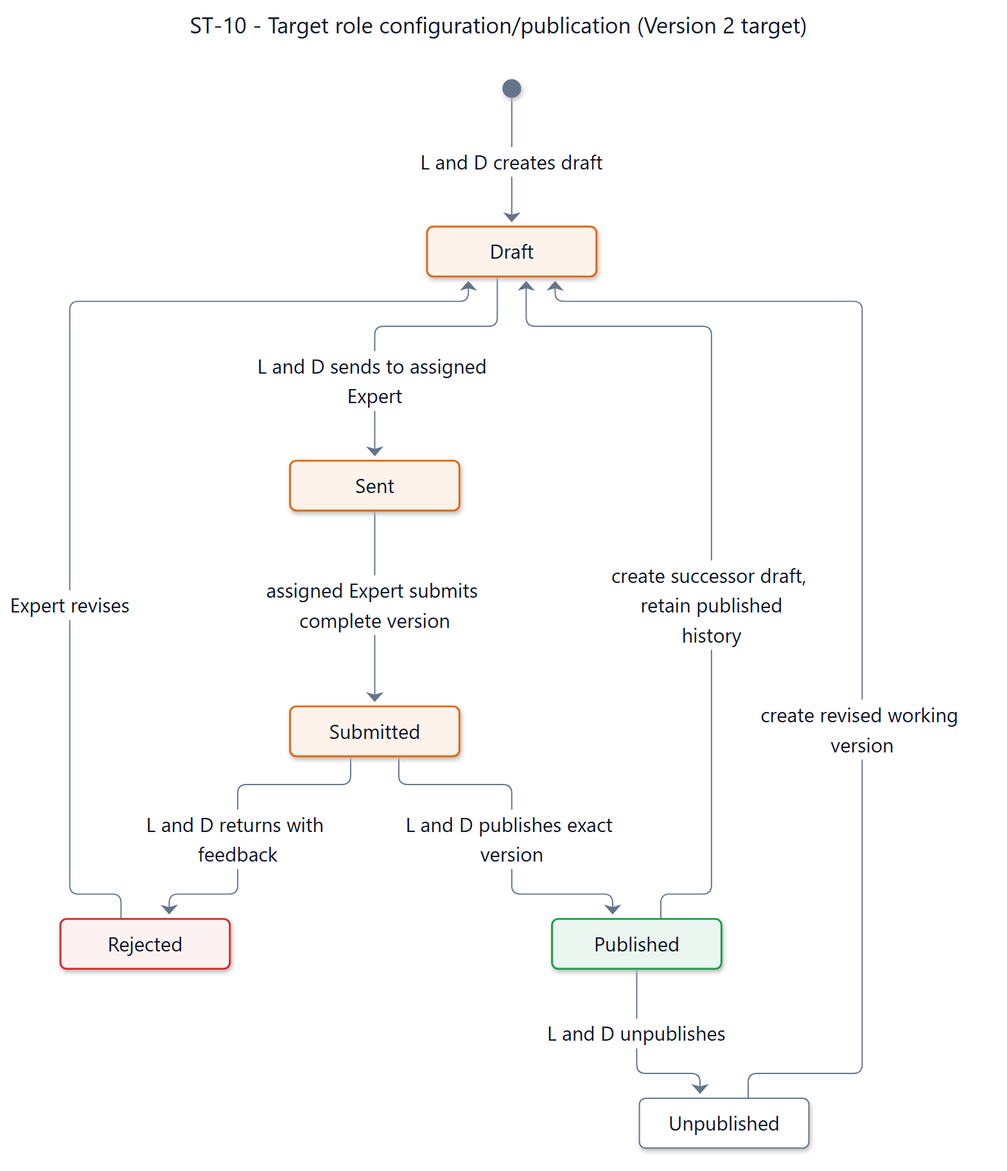
SEP490-Fall-2026-GFA26SE64/SEP490 keeps this Mermaid diagram as documents/diagrams/mermaid/st-10.png. Above is the earlier version. Its source is kept beside it as documents/diagrams/mermaid/st-10.mmd.
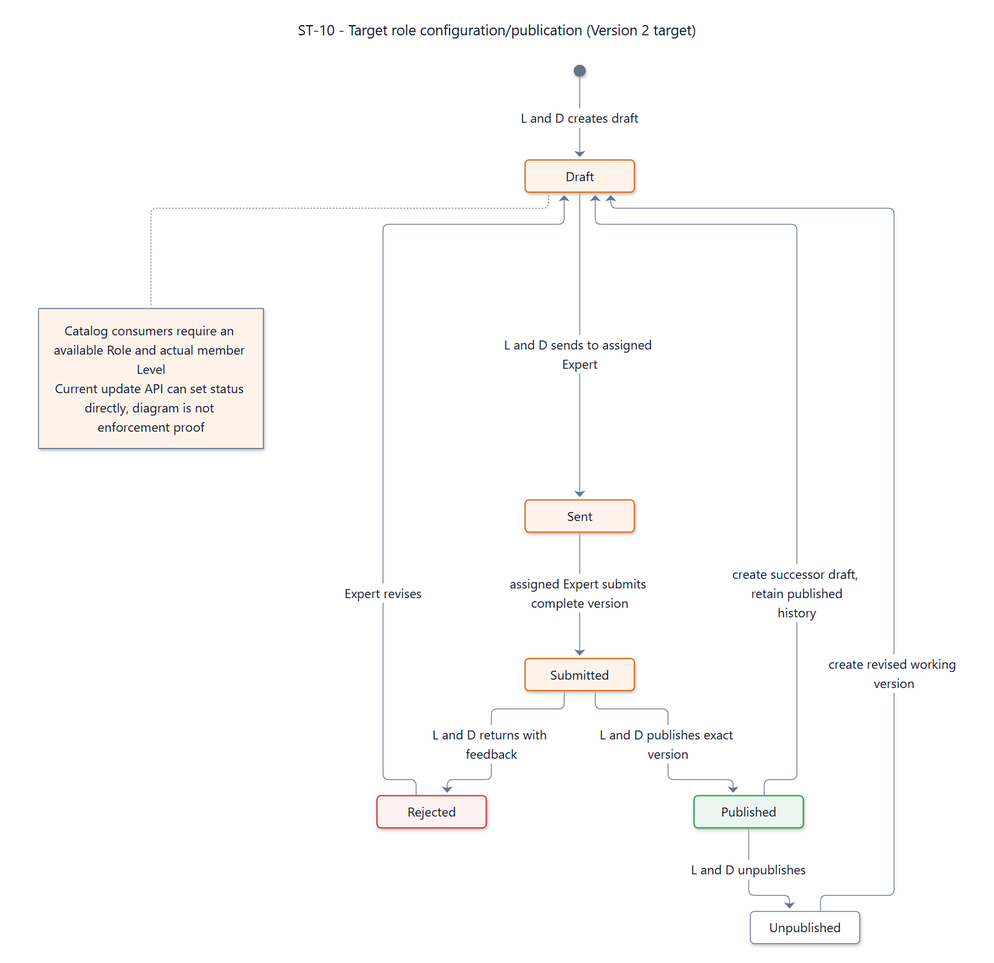
After the change.

What changed in the source:
```diff
@@ -2,6 +2,7 @@
 title: "ST-10 - Target role configuration/publication (Version 2 target)"
 config: {"theme":"base","fontFamily":"Segoe UI, Arial, sans-serif","themeVariables":{"fontFamily":"Segoe UI, Arial, sans-serif","fontSize":"16px","primaryColor":"#ffffff","primaryTextColor":"#0f1729","primaryBorderColor":"#64748b","secondaryColor":"#fef3eb","tertiaryColor":"#ffffff","lineColor":"#64748b","textColor":"#0f1729","mainBkg":"#ffffff","background":"#ffffff","clusterBkg":"#ffffff","clusterBorder":"#64748b","edgeLabelBackground":"#ffffff","titleColor":"#0f1729","noteBkgColor":"#fef3eb","noteTextColor":"#0f1729","noteBorderColor":"#e6650f","labelColor":"#0f1729","compositeBackground":"#ffffff","compositeTitleBackground":"#ffffff","compositeBorder":"#64748b","altBackground":"#ffffff","nodeBorder":"#64748b","nodeTextColor":"#0f1729","cScale0":"#ffffff","cScaleLabel0":"#0f1729","cScale1":"#ffffff","cScaleLabel1":"#0f1729","cScale2":"#ffffff","cScaleLabel2":"#0f1729","cScale3":"#ffffff","cScaleLabel3":"#0f1729","cScale4":"#ffffff","cScaleLabel4":"#0f1729","cScale5":"#ffffff","cScaleLabel5":"#0f1729","cScale6":"#ffffff","cScaleLabel6":"#0f1729","cScale7":"#ffffff","cScaleLabel7":"#0f1729","cScale8":"#ffffff","cScaleLabel8":"#0f1729","cScale9":"#ffffff","cScaleLabel9":"#0f1729","cScale10":"#ffffff","cScaleLabel10":"#0f1729","cScale11":"#ffffff","cScaleLabel11":"#0f1729","secondaryBorderColor":"#64748b","tertiaryBorderColor":"#64748b","secondaryTextColor":"#0f1729","tertiaryTextColor":"#0f1729"},"state":{"nodeSpacing":42,"rankSpacing":64,"padding":16,"fontSize":16,"wrappingWidth":250}}
 ---
+
 stateDiagram-v2
   state "Draft" as SDD_ST_10_Draft
   state "Sent" as SDD_ST_10_Sent
@@ -27,3 +28,8 @@
 
   classDef working fill:#fef3eb,stroke:#e6650f,color:#0f1729,stroke-width:1.5px
   class SDD_ST_10_Draft,SDD_ST_10_Sent,SDD_ST_10_Submitted working
+
+  note right of SDD_ST_10_Draft
+    Catalog consumers require an available Role and actual member Level
+    Current update API can set status directly, diagram is not enforcement proof
+  end note
```
